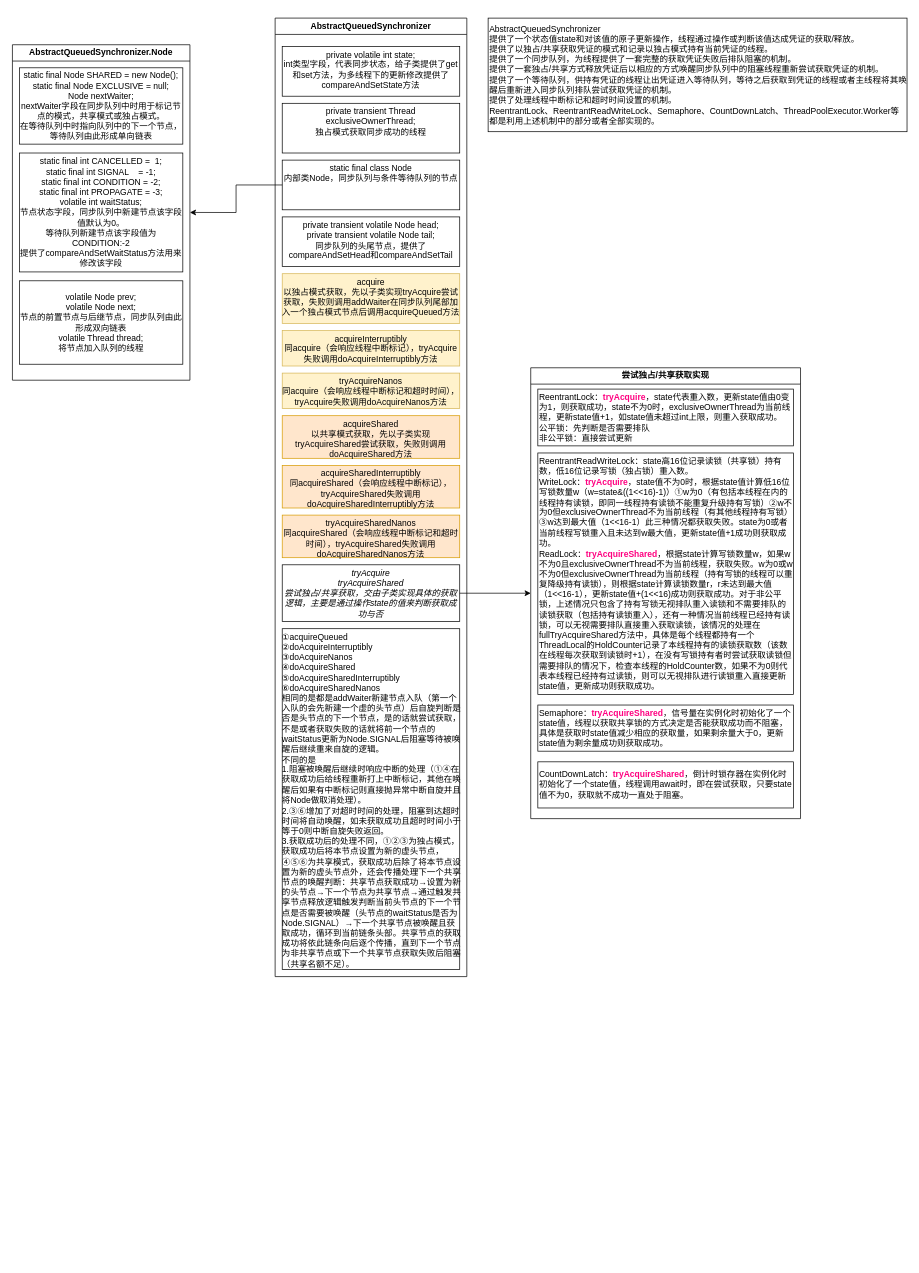
This is AbstractQueuedSynchronizer.drawio from a7956232/drawIOFiles, a draw.io file, before an edit. Source tidied: cells renumbered, new cells numbered last; positions are measured from the earlier drawing's top-left corner, leaving out a move shared by most shapes. Both pictures are drawn from the tidied source at 71%, with x=0, y=0 at pixel (12, 18).
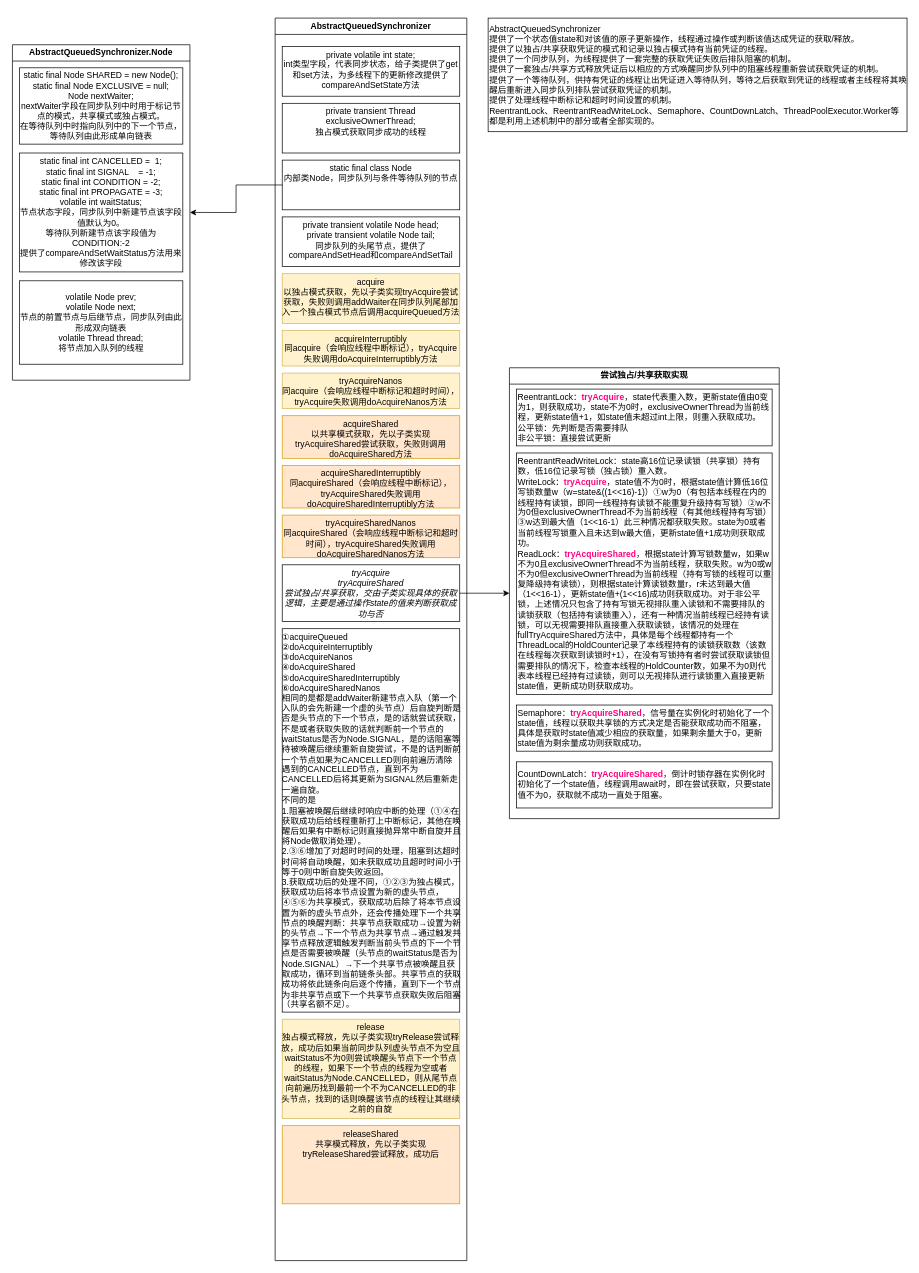
The same page after the edit.

The edit, as a diff of the source:
```diff
@@
     <mxCell id="2" value="&lt;pre style=&quot;&quot;&gt;&lt;font style=&quot;font-size: 12px;&quot; face=&quot;Helvetica&quot;&gt;AbstractQueuedSynchronizer&lt;/font&gt;&lt;/pre&gt;" style="swimlane;whiteSpace=wrap;html=1;" parent="1" vertex="1">
-      <mxGeometry x="370" width="270" height="1350" as="geometry" />
+      <mxGeometry x="370" width="270" height="1750" as="geometry" />
     </mxCell>
@@
-    <mxCell id="14" value="①acquireQueued&#10;②doAcquireInterruptibly&#10;③doAcquireNanos&#10;④doAcquireShared&#10;⑤doAcquireSharedInterruptibly&#10;⑥doAcquireSharedNanos&#10;相同的是都是addWaiter新建节点入队（第一个入队的会先新建一个虚的头节点）后自旋判断是否是头节点的下一个节点，是的话就尝试获取，不是或者获取失败的话就将前一个节点的waitStatus更新为Node.SIGNAL后阻塞等待被唤醒后继续重来自旋的逻辑。&#10;不同的是&#10;1.阻塞被唤醒后继续时响应中断的处理（①④在获取成功后给线程重新打上中断标记，其他在唤醒后如果有中断标记则直接抛异常中断自旋并且将Node做取消处理）。&#10;2.③⑥增加了对超时时间的处理，阻塞到达超时时间将自动唤醒，如未获取成功且超时时间小于等于0则中断自旋失败返回。&#10;3.获取成功后的处理不同，①②③为独占模式，获取成功后将本节点设置为新的虚头节点，④⑤⑥为共享模式，获取成功后除了将本节点设置为新的虚头节点外，还会传播处理下一个共享节点的唤醒判断：共享节点获取成功→设置为新的头节点→下一个节点为共享节点→通过触发共享节点释放逻辑触发判断当前头节点的下一个节点是否需要被唤醒（头节点的waitStatus是否为Node.SIGNAL）→下一个共享节点被唤醒且获取成功，循环到当前链条头部。共享节点的获取成功将依此链条向后逐个传播，直到下一个节点为非共享节点或下一个共享节点获取失败后阻塞（共享名额不足）。" style="rounded=0;whiteSpace=wrap;labelBackgroundColor=none;fontFamily=Helvetica;fontSize=12;fontColor=#000000;verticalAlign=top;spacing=0;align=left;" parent="2" vertex="1">
-      <mxGeometry x="10" y="860" width="250" height="480" as="geometry" />
+    <mxCell id="14" value="①acquireQueued&#10;②doAcquireInterruptibly&#10;③doAcquireNanos&#10;④doAcquireShared&#10;⑤doAcquireSharedInterruptibly&#10;⑥doAcquireSharedNanos&#10;相同的是都是addWaiter新建节点入队（第一个入队的会先新建一个虚的头节点）后自旋判断是否是头节点的下一个节点，是的话就尝试获取，不是或者获取失败的话就判断前一个节点的waitStatus是否为Node.SIGNAL，是的话阻塞等待被唤醒后继续重新自旋尝试，不是的话判断前一个节点如果为CANCELLED则向前遍历清除遇到的CANCELLED节点，直到不为CANCELLED后将其更新为SIGNAL然后重新走一遍自旋。&#10;不同的是&#10;1.阻塞被唤醒后继续时响应中断的处理（①④在获取成功后给线程重新打上中断标记，其他在唤醒后如果有中断标记则直接抛异常中断自旋并且将Node做取消处理）。&#10;2.③⑥增加了对超时时间的处理，阻塞到达超时时间将自动唤醒，如未获取成功且超时时间小于等于0则中断自旋失败返回。&#10;3.获取成功后的处理不同，①②③为独占模式，获取成功后将本节点设置为新的虚头节点，④⑤⑥为共享模式，获取成功后除了将本节点设置为新的虚头节点外，还会传播处理下一个共享节点的唤醒判断：共享节点获取成功→设置为新的头节点→下一个节点为共享节点→通过触发共享节点释放逻辑触发判断当前头节点的下一个节点是否需要被唤醒（头节点的waitStatus是否为Node.SIGNAL）→下一个共享节点被唤醒且获取成功，循环到当前链条头部。共享节点的获取成功将依此链条向后逐个传播，直到下一个节点为非共享节点或下一个共享节点获取失败后阻塞（共享名额不足）。" style="rounded=0;whiteSpace=wrap;labelBackgroundColor=none;fontFamily=Helvetica;fontSize=12;fontColor=#000000;verticalAlign=top;spacing=0;align=left;" parent="2" vertex="1">
+      <mxGeometry x="10" y="860" width="250" height="540" as="geometry" />
     </mxCell>
+    <mxCell id="27" value="release&#10;独占模式释放，先以子类实现tryRelease尝试释放，成功后如果当前同步队列虚头节点不为空且waitStatus不为0则尝试唤醒头节点下一个节点的线程，如果下一个节点的线程为空或者waitStatus为Node.CANCELLED，则从尾节点向前遍历找到最前一个不为CANCELLED的非头节点，找到的话则唤醒该节点的线程让其继续之前的自旋" style="rounded=0;whiteSpace=wrap;labelBackgroundColor=none;fontFamily=Helvetica;fontSize=12;verticalAlign=top;spacing=0;fillColor=#fff2cc;strokeColor=#d6b656;" parent="2" vertex="1">
+      <mxGeometry x="10" y="1410" width="250" height="140" as="geometry" />
+    </mxCell>
+    <mxCell id="28" value="releaseShared&#10;共享模式释放，先以子类实现tryReleaseShared尝试释放，成功后" style="rounded=0;whiteSpace=wrap;labelBackgroundColor=none;fontFamily=Helvetica;fontSize=12;verticalAlign=top;spacing=0;fillColor=#ffe6cc;strokeColor=#d79b00;" parent="2" vertex="1">
+      <mxGeometry x="10" y="1560" width="250" height="110" as="geometry" />
+    </mxCell>
@@
     <mxCell id="21" value="尝试独占/共享获取实现" style="swimlane;whiteSpace=wrap;html=1;rounded=0;labelBackgroundColor=none;strokeColor=default;fontFamily=Helvetica;fontSize=12;fontColor=#000000;fillColor=default;" parent="1" vertex="1">
-      <mxGeometry x="730" y="492.5" width="380" height="635" as="geometry" />
+      <mxGeometry x="700" y="492.5" width="380" height="635" as="geometry" />
     </mxCell>
```
